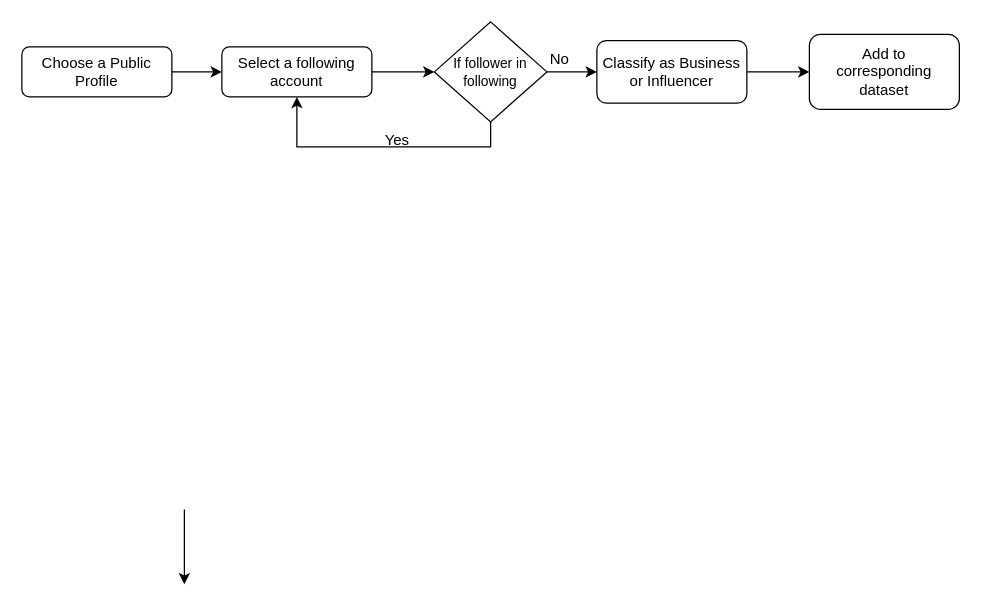
Earlier version of the draw.io diagram datascraping.drawio (John-Tenning/adl-final-lab). Source tidied: cells renumbered, new cells numbered last; positions are measured from the earlier drawing's top-left corner, leaving out a move shared by most shapes. Both pictures are drawn from the tidied source at 125%, with x=0, y=0 at pixel (21, 21).
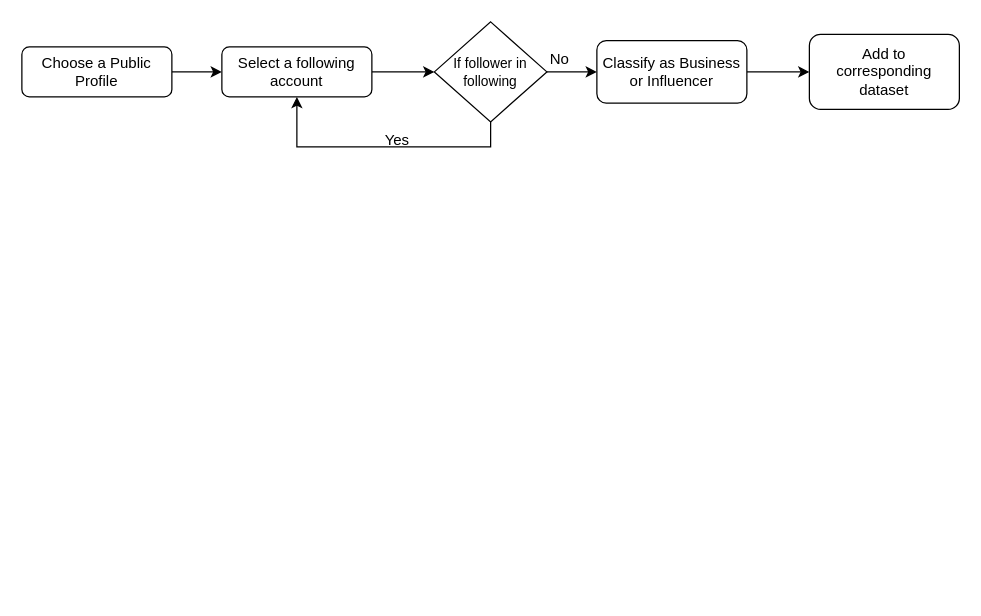
The same diagram, later.

What changed in the source:
```diff
@@
 <mxGraphModel>
   <root>
     <mxCell id="0" />
     <mxCell id="1" parent="0" />
     <mxCell id="2" style="edgeStyle=orthogonalEdgeStyle;rounded=0;jettySize=auto;html=1;" parent="1" edge="1" source="3" target="5">
       <mxGeometry relative="1" as="geometry" />
     </mxCell>
     <mxCell id="3" value="Choose a Public Profile" style="rounded=1;whiteSpace=wrap;html=1;fontSize=12;glass=0;strokeWidth=1;shadow=0;" parent="1" vertex="1">
       <mxGeometry y="20" width="120" height="40" as="geometry" />
     </mxCell>
     <mxCell id="4" style="edgeStyle=orthogonalEdgeStyle;rounded=0;jettySize=auto;html=1;" parent="1" edge="1" source="5" target="8">
       <mxGeometry relative="1" as="geometry" />
     </mxCell>
     <mxCell id="5" value="Select a following account" style="rounded=1;whiteSpace=wrap;html=1;fontSize=12;glass=0;strokeWidth=1;shadow=0;" parent="1" vertex="1">
       <mxGeometry x="160" y="20" width="120" height="40" as="geometry" />
     </mxCell>
     <mxCell id="6" style="edgeStyle=orthogonalEdgeStyle;rounded=0;jettySize=auto;html=1;exitX=0.5;exitY=1;exitDx=0;exitDy=0;" parent="1" edge="1" source="8" target="5">
       <mxGeometry relative="1" as="geometry">
         <Array as="points">
           <mxPoint x="375" y="100" />
           <mxPoint x="220" y="100" />
         </Array>
       </mxGeometry>
     </mxCell>
     <mxCell id="7" style="edgeStyle=orthogonalEdgeStyle;rounded=0;jettySize=auto;html=1;" parent="1" edge="1" source="8" target="12">
       <mxGeometry relative="1" as="geometry" />
     </mxCell>
     <mxCell id="8" value="&lt;font style=&quot;font-size: 11px;&quot;&gt;If follower in following&lt;/font&gt;" style="rhombus;whiteSpace=wrap;html=1;" parent="1" vertex="1">
       <mxGeometry x="330" width="90" height="80" as="geometry" />
     </mxCell>
     <mxCell id="9" value="No" style="text;html=1;align=center;verticalAlign=middle;strokeColor=none;fillColor=none;" parent="1" vertex="1">
       <mxGeometry x="410" y="15" width="40" height="30" as="geometry" />
     </mxCell>
-    <mxCell id="10" style="edgeStyle=orthogonalEdgeStyle;rounded=0;orthogonalLoop=1;jettySize=auto;html=1;" parent="1" edge="1">
-      <mxGeometry relative="1" as="geometry">
-        <mxPoint x="130" y="390" as="sourcePoint" />
-        <mxPoint x="130" y="450" as="targetPoint" />
-      </mxGeometry>
-    </mxCell>
     <mxCell id="11" style="edgeStyle=orthogonalEdgeStyle;rounded=0;jettySize=auto;html=1;" parent="1" edge="1" source="12" target="13">
       <mxGeometry relative="1" as="geometry" />
     </mxCell>
     <mxCell id="12" value="Classify as Business or Influencer" style="rounded=1;whiteSpace=wrap;html=1;" parent="1" vertex="1">
       <mxGeometry x="460" y="15" width="120" height="50" as="geometry" />
     </mxCell>
     <mxCell id="13" value="Add to &lt;br&gt;corresponding dataset" style="rounded=1;whiteSpace=wrap;html=1;" parent="1" vertex="1">
       <mxGeometry x="630" y="10" width="120" height="60" as="geometry" />
     </mxCell>
     <mxCell id="14" value="Yes" style="text;html=1;align=center;verticalAlign=middle;strokeColor=none;fillColor=none;" parent="1" vertex="1">
       <mxGeometry x="280" y="80" width="40" height="30" as="geometry" />
     </mxCell>
   </root>
 </mxGraphModel>
```
